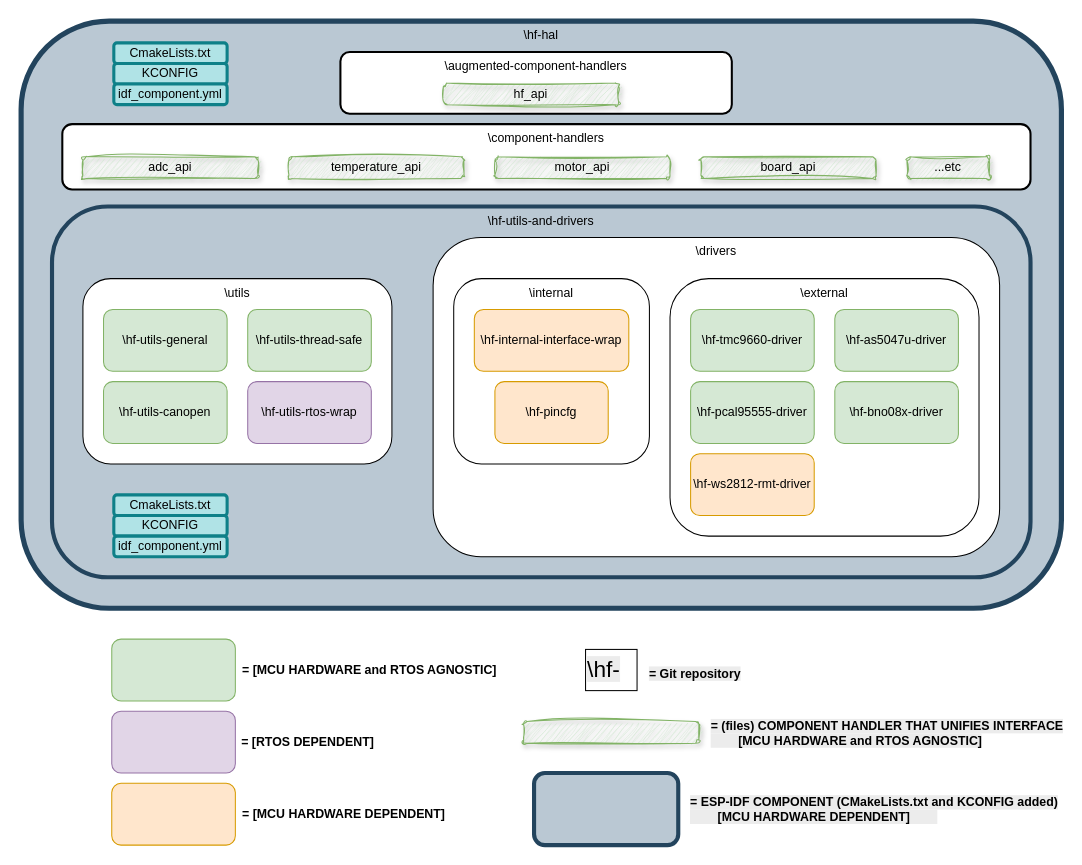
hardfoc/hf-drawio-diag keeps this draw.io diagram as Untitled Diagram.drawio. Above is the earlier version. Source tidied: cells renumbered, new cells numbered last; positions are measured from the earlier drawing's top-left corner, leaving out a move shared by most shapes. Both pictures are drawn from the tidied source at 103%, with x=0, y=0 at pixel (21, 21).
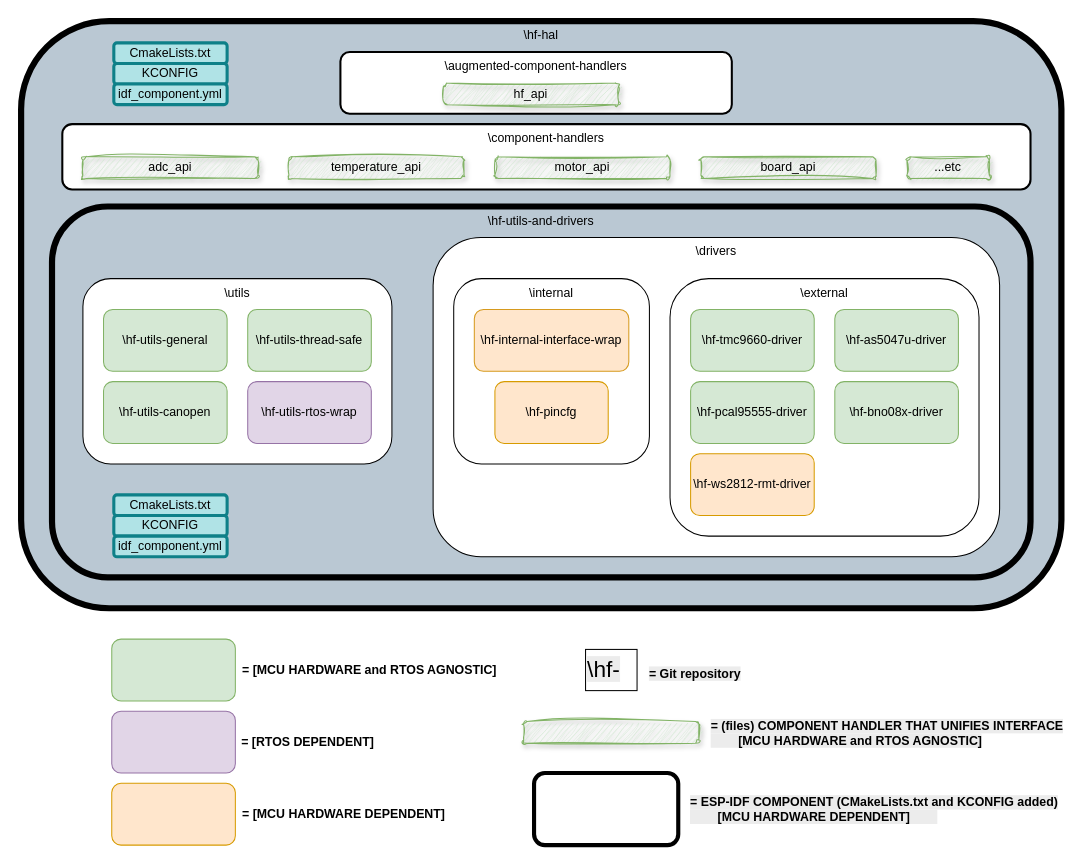
Above is the later version.

Unchanged cells that the change refers to:
```xml
<mxCell id="26" style="group;" parent="24" vertex="1">
  <mxGeometry x="20" y="40" width="190" height="180" as="geometry" />
</mxCell>
<mxCell id="52" style="group;" parent="1" vertex="1">
  <mxGeometry x="478" y="720" width="415" height="80" as="geometry" />
</mxCell>
```

Diff of the diagram source:
```diff
@@
-    <mxCell id="2" style="group;shadow=0;strokeWidth=5;" parent="1" vertex="1">
+    <mxCell id="2" style="group;shadow=0;strokeWidth=6;" parent="1" vertex="1">
       <mxGeometry x="30" width="980" height="570" as="geometry" />
     </mxCell>
-    <mxCell id="3" value="\hf-hal" style="rounded=1;whiteSpace=wrap;html=1;verticalAlign=top;fillColor=#bac8d3;strokeColor=#23445d;strokeWidth=5;" parent="2" vertex="1">
+    <mxCell id="3" value="\hf-hal" style="rounded=1;whiteSpace=wrap;html=1;verticalAlign=top;fillColor=#bac8d3;strokeColor=#000000;strokeWidth=6;" parent="2" vertex="1">
       <mxGeometry x="-30" width="1010" height="570" as="geometry" />
     </mxCell>
@@
-    <mxCell id="17" value="\hf-utils-and-drivers" style="rounded=1;whiteSpace=wrap;html=1;verticalAlign=top;fillColor=#bac8d3;strokeColor=#23445d;strokeWidth=4;" parent="1" vertex="1">
+    <mxCell id="17" value="\hf-utils-and-drivers" style="rounded=1;whiteSpace=wrap;html=1;verticalAlign=top;fillColor=#bac8d3;strokeColor=light-dark(#000000, #a0bcd2);strokeWidth=6;" parent="1" vertex="1">
       <mxGeometry x="30" y="180" width="950" height="360" as="geometry" />
     </mxCell>
@@
-    <mxCell id="28" value="\hf-internal-interface-wrap" style="rounded=1;whiteSpace=wrap;html=1;fillColor=#ffe6cc;strokeColor=#d79b00;" parent="26" vertex="1">
+    <mxCell id="28" value="\hf-internal-interface-wrap" style="rounded=1;whiteSpace=wrap;html=1;fillColor=#FFE6CC;strokeColor=light-dark(#d69a1e, #996500);strokeWidth=1;" parent="26" vertex="1">
       <mxGeometry x="20" y="30" width="150" height="60" as="geometry" />
     </mxCell>
@@
-    <mxCell id="53" style="rounded=1;whiteSpace=wrap;html=1;verticalAlign=top;fillColor=#bac8d3;strokeColor=#23445d;strokeWidth=4;" parent="52" vertex="1">
+    <mxCell id="53" style="rounded=1;whiteSpace=wrap;html=1;verticalAlign=top;fillColor=none;strokeColor=light-dark(#000000, #a0bcd2);strokeWidth=4;" parent="52" vertex="1">
       <mxGeometry x="20" y="10" width="140" height="70" as="geometry" />
     </mxCell>
```
